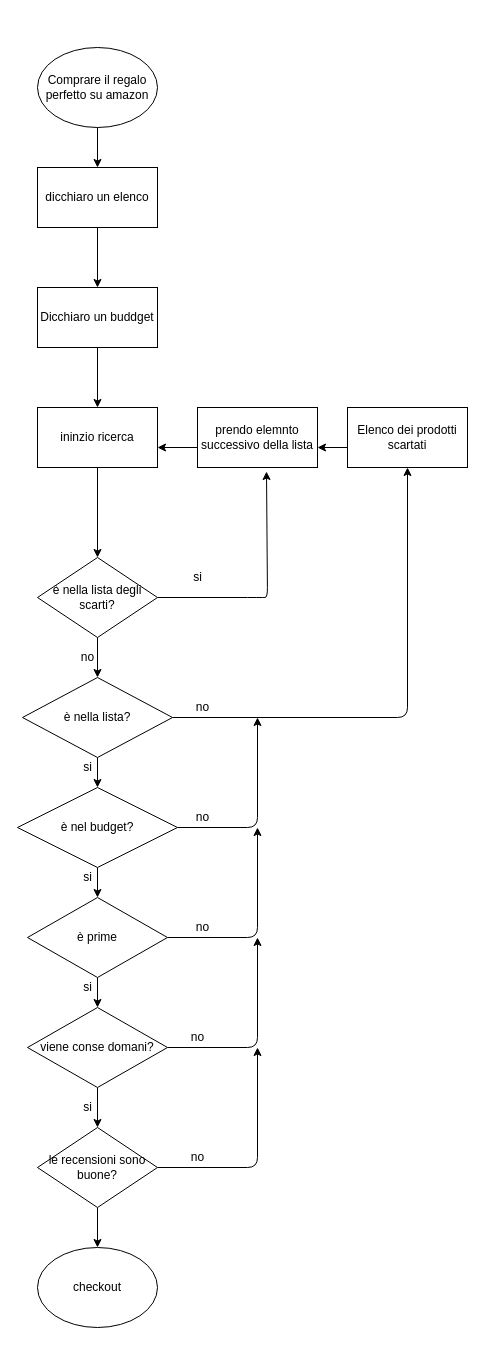
Above: diagramma.drawio in VictorEnache/human-code (draw.io), before the change. Source tidied: cells renumbered, new cells numbered last; positions are measured from the earlier drawing's top-left corner, leaving out a move shared by most shapes. Both pictures are drawn from the tidied source at 100%, with x=0, y=0 at pixel (17, 47).
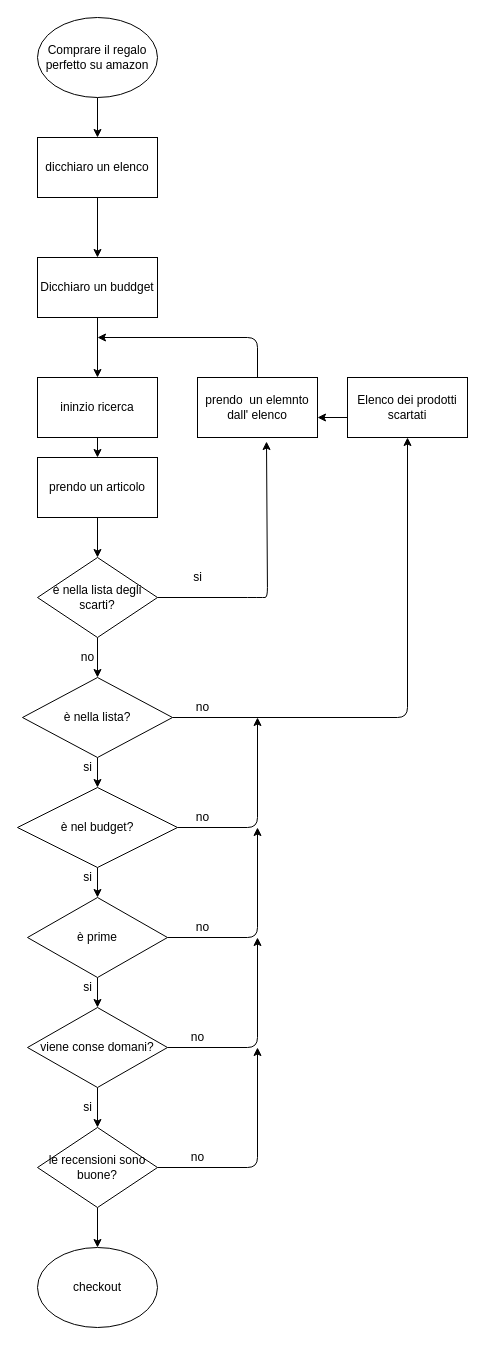
The same diagram, later.

Commit message:
prendo un articolo

The change refers to these unchanged cells:
```xml
<mxCell id="40" value="è nella lista degli scarti?" style="rhombus;whiteSpace=wrap;html=1;" parent="1" vertex="1">
  <mxGeometry x="20" y="510" width="120" height="80" as="geometry" />
</mxCell>
```

Change to the diagram source:
```diff
@@
     <mxCell id="2" style="edgeStyle=none;html=1;" parent="1" edge="1">
       <mxGeometry relative="1" as="geometry">
-        <mxPoint x="80" y="80" as="sourcePoint" />
-        <mxPoint x="80" y="120" as="targetPoint" />
+        <mxPoint x="80" y="50" as="sourcePoint" />
+        <mxPoint x="80" y="90" as="targetPoint" />
       </mxGeometry>
     </mxCell>
@@
     <mxCell id="4" value="dicchiaro un elenco" style="rounded=0;whiteSpace=wrap;html=1;" parent="1" vertex="1">
-      <mxGeometry x="20" y="120" width="120" height="60" as="geometry" />
+      <mxGeometry x="20" y="90" width="120" height="60" as="geometry" />
     </mxCell>
@@
     <mxCell id="6" value="Dicchiaro un buddget" style="rounded=0;whiteSpace=wrap;html=1;" parent="1" vertex="1">
-      <mxGeometry x="20" y="240" width="120" height="60" as="geometry" />
+      <mxGeometry x="20" y="210" width="120" height="60" as="geometry" />
     </mxCell>
@@
     <mxCell id="31" style="edgeStyle=none;html=1;" parent="1" edge="1">
       <mxGeometry relative="1" as="geometry">
-        <mxPoint x="330" y="400" as="sourcePoint" />
-        <mxPoint x="300" y="400" as="targetPoint" />
+        <mxPoint x="330" y="370" as="sourcePoint" />
+        <mxPoint x="300" y="370" as="targetPoint" />
       </mxGeometry>
     </mxCell>
     <mxCell id="32" value="Elenco dei prodotti scartati" style="rounded=0;whiteSpace=wrap;html=1;" parent="1" vertex="1">
-      <mxGeometry x="330" y="360" width="120" height="60" as="geometry" />
+      <mxGeometry x="330" y="330" width="120" height="60" as="geometry" />
     </mxCell>
-    <mxCell id="33" style="edgeStyle=none;html=1;entryX=1;entryY=0.75;entryDx=0;entryDy=0;" parent="1" edge="1">
-      <mxGeometry relative="1" as="geometry">
-        <mxPoint x="180" y="400" as="sourcePoint" />
-        <mxPoint x="140" y="400" as="targetPoint" />
-      </mxGeometry>
-    </mxCell>
+    <mxCell id="44" style="edgeStyle=none;html=1;" parent="1" edge="1" source="34">
+      <mxGeometry relative="1" as="geometry">
+        <mxPoint x="80" y="290" as="targetPoint" />
+        <Array as="points">
+          <mxPoint x="240" y="290" />
+        </Array>
+      </mxGeometry>
+    </mxCell>
-    <mxCell id="34" value="prendo elemnto successivo della lista" style="rounded=0;whiteSpace=wrap;html=1;" parent="1" vertex="1">
-      <mxGeometry x="180" y="360" width="120" height="60" as="geometry" />
+    <mxCell id="34" value="prendo&amp;nbsp; un elemnto dall' elenco" style="rounded=0;whiteSpace=wrap;html=1;" parent="1" vertex="1">
+      <mxGeometry x="180" y="330" width="120" height="60" as="geometry" />
     </mxCell>
     <mxCell id="35" value="Comprare il regalo perfetto su amazon" style="ellipse;whiteSpace=wrap;html=1;" parent="1" vertex="1">
-      <mxGeometry x="20" width="120" height="80" as="geometry" />
+      <mxGeometry x="20" y="-30" width="120" height="80" as="geometry" />
     </mxCell>
@@
-    <mxCell id="37" style="edgeStyle=none;html=1;" parent="1" edge="1" source="38" target="40">
-      <mxGeometry relative="1" as="geometry" />
-    </mxCell>
+    <mxCell id="45" style="edgeStyle=none;html=1;" parent="1" edge="1" source="38" target="47">
+      <mxGeometry relative="1" as="geometry" />
+    </mxCell>
     <mxCell id="38" value="ininzio ricerca" style="rounded=0;whiteSpace=wrap;html=1;" parent="1" vertex="1">
-      <mxGeometry x="20" y="360" width="120" height="60" as="geometry" />
+      <mxGeometry x="20" y="330" width="120" height="60" as="geometry" />
     </mxCell>
@@
+    <mxCell id="46" style="edgeStyle=none;html=1;" parent="1" edge="1" source="47" target="40">
+      <mxGeometry relative="1" as="geometry" />
+    </mxCell>
+    <mxCell id="47" value="prendo un articolo" style="rounded=0;whiteSpace=wrap;html=1;" parent="1" vertex="1">
+      <mxGeometry x="20" y="410" width="120" height="60" as="geometry" />
+    </mxCell>
```
